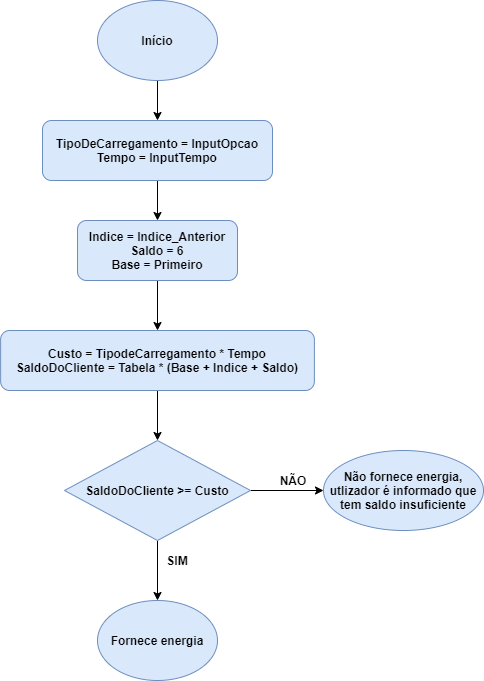
This is flux_verificacao_saldo.png from ProgRub/Proj2AC, a draw.io export, as it was before one commit. Source tidied: cells renumbered, new cells last; positions are measured from the earlier drawing's top-left corner, leaving out a move shared by most shapes. Source of this version:
```xml
<mxGraphModel>
  <root>
    <mxCell id="0" />
    <mxCell id="1" parent="0" />
    <mxCell id="2" style="edgeStyle=orthogonalEdgeStyle;rounded=0;jettySize=auto;html=1;entryX=0.5;entryY=0;entryDx=0;entryDy=0;" parent="1" edge="1" source="3" target="5">
      <mxGeometry relative="1" as="geometry" />
    </mxCell>
    <mxCell id="3" value="Início" style="ellipse;whiteSpace=wrap;html=1;fillColor=#dae8fc;strokeColor=#6c8ebf;fontStyle=1;" parent="1" vertex="1">
      <mxGeometry x="97" width="120" height="80" as="geometry" />
    </mxCell>
    <mxCell id="4" style="edgeStyle=orthogonalEdgeStyle;rounded=0;jettySize=auto;html=1;entryX=0.5;entryY=0;entryDx=0;entryDy=0;" parent="1" edge="1" source="5" target="7">
      <mxGeometry relative="1" as="geometry" />
    </mxCell>
    <mxCell id="5" value="TipoDeCarregamento = InputOpcao&lt;br&gt;Tempo = InputTempo" style="rounded=1;whiteSpace=wrap;html=1;fillColor=#dae8fc;strokeColor=#6c8ebf;fontStyle=1;" parent="1" vertex="1">
      <mxGeometry x="42" y="120" width="230" height="60" as="geometry" />
    </mxCell>
    <mxCell id="6" style="edgeStyle=orthogonalEdgeStyle;rounded=0;jettySize=auto;html=1;" parent="1" edge="1" source="7" target="9">
      <mxGeometry relative="1" as="geometry" />
    </mxCell>
    <mxCell id="7" value="Indice = Indice_Anterior&lt;br&gt;Saldo = 6&lt;br&gt;Base = Primeiro" style="rounded=1;whiteSpace=wrap;html=1;fillColor=#dae8fc;strokeColor=#6c8ebf;fontStyle=1;" parent="1" vertex="1">
      <mxGeometry x="77" y="220" width="160" height="60" as="geometry" />
    </mxCell>
    <mxCell id="8" style="edgeStyle=orthogonalEdgeStyle;rounded=0;jettySize=auto;html=1;entryX=0.5;entryY=0;entryDx=0;entryDy=0;" parent="1" edge="1" source="9" target="12">
      <mxGeometry relative="1" as="geometry" />
    </mxCell>
    <mxCell id="9" value="Custo = TipodeCarregamento * Tempo&lt;br&gt;SaldoDoCliente = Tabela * (Base + Indice + Saldo)" style="rounded=1;whiteSpace=wrap;html=1;fillColor=#dae8fc;strokeColor=#6c8ebf;fontStyle=1;" parent="1" vertex="1">
      <mxGeometry x="0.1" y="330" width="313.8" height="60" as="geometry" />
    </mxCell>
    <mxCell id="10" style="edgeStyle=orthogonalEdgeStyle;rounded=0;jettySize=auto;html=1;entryX=0;entryY=0.5;entryDx=0;entryDy=0;" parent="1" edge="1" source="12" target="14">
      <mxGeometry relative="1" as="geometry" />
    </mxCell>
    <mxCell id="11" style="edgeStyle=orthogonalEdgeStyle;rounded=0;jettySize=auto;html=1;entryX=0.5;entryY=0;entryDx=0;entryDy=0;" parent="1" edge="1" source="12" target="13">
      <mxGeometry relative="1" as="geometry" />
    </mxCell>
    <mxCell id="12" value="SaldoDoCliente &amp;gt;= Custo" style="rhombus;whiteSpace=wrap;html=1;fontStyle=1;fillColor=#dae8fc;strokeColor=#6c8ebf;" parent="1" vertex="1">
      <mxGeometry x="64" y="440" width="186" height="100" as="geometry" />
    </mxCell>
    <mxCell id="13" value="Fornece energia" style="ellipse;whiteSpace=wrap;html=1;fontStyle=1;fillColor=#dae8fc;strokeColor=#6c8ebf;" parent="1" vertex="1">
      <mxGeometry x="97" y="600" width="120" height="80" as="geometry" />
    </mxCell>
    <mxCell id="14" value="Não fornece energia, utlizador é informado que tem saldo insuficiente" style="ellipse;whiteSpace=wrap;html=1;fontStyle=1;fillColor=#dae8fc;strokeColor=#6c8ebf;" parent="1" vertex="1">
      <mxGeometry x="323" y="450" width="160" height="80" as="geometry" />
    </mxCell>
    <mxCell id="15" value="NÃO" style="text;html=1;strokeColor=none;fillColor=none;align=center;verticalAlign=middle;whiteSpace=wrap;rounded=0;fontStyle=1;" parent="1" vertex="1">
      <mxGeometry x="273" y="470" width="40" height="20" as="geometry" />
    </mxCell>
    <mxCell id="16" value="SIM" style="text;html=1;strokeColor=none;fillColor=none;align=center;verticalAlign=middle;whiteSpace=wrap;rounded=0;fontStyle=1;" parent="1" vertex="1">
      <mxGeometry x="157" y="550" width="40" height="20" as="geometry" />
    </mxCell>
  </root>
</mxGraphModel>
```
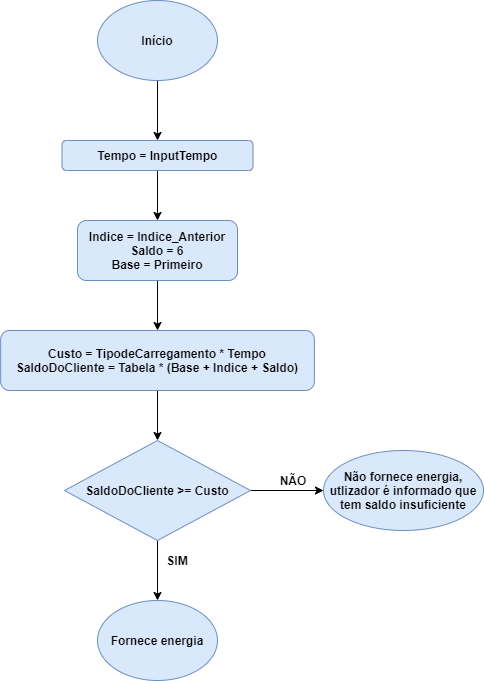
Above is the later version.

Diff of the diagram source:
```diff
@@ -11,8 +11,8 @@
     <mxCell id="4" style="edgeStyle=orthogonalEdgeStyle;rounded=0;jettySize=auto;html=1;entryX=0.5;entryY=0;entryDx=0;entryDy=0;" parent="1" edge="1" source="5" target="7">
       <mxGeometry relative="1" as="geometry" />
     </mxCell>
-    <mxCell id="5" value="TipoDeCarregamento = InputOpcao&lt;br&gt;Tempo = InputTempo" style="rounded=1;whiteSpace=wrap;html=1;fillColor=#dae8fc;strokeColor=#6c8ebf;fontStyle=1;" parent="1" vertex="1">
-      <mxGeometry x="42" y="120" width="230" height="60" as="geometry" />
+    <mxCell id="5" value="Tempo = InputTempo" style="rounded=1;whiteSpace=wrap;html=1;fillColor=#dae8fc;strokeColor=#6c8ebf;fontStyle=1;" parent="1" vertex="1">
+      <mxGeometry x="61.5" y="140" width="191" height="30" as="geometry" />
     </mxCell>
     <mxCell id="6" style="edgeStyle=orthogonalEdgeStyle;rounded=0;jettySize=auto;html=1;" parent="1" edge="1" source="7" target="9">
       <mxGeometry relative="1" as="geometry" />
```
